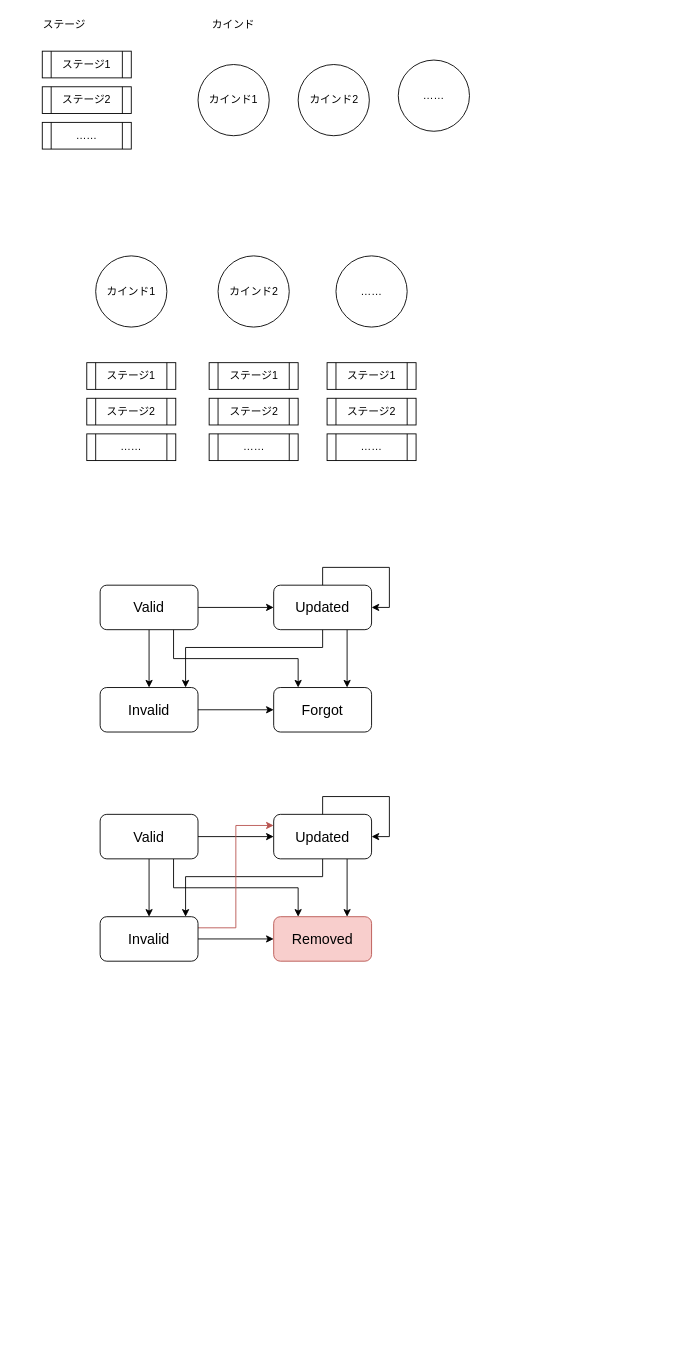
stakiran/work_of_systematization_of_taskmanagement keeps this draw.io diagram as task_lifecycle.drawio. Above is the earlier version. Source tidied: cells renumbered, new cells numbered last; positions are measured from the earlier drawing's top-left corner, leaving out a move shared by most shapes. Both pictures are drawn from the tidied source at 89%, with x=0, y=0 at pixel (15, 15).
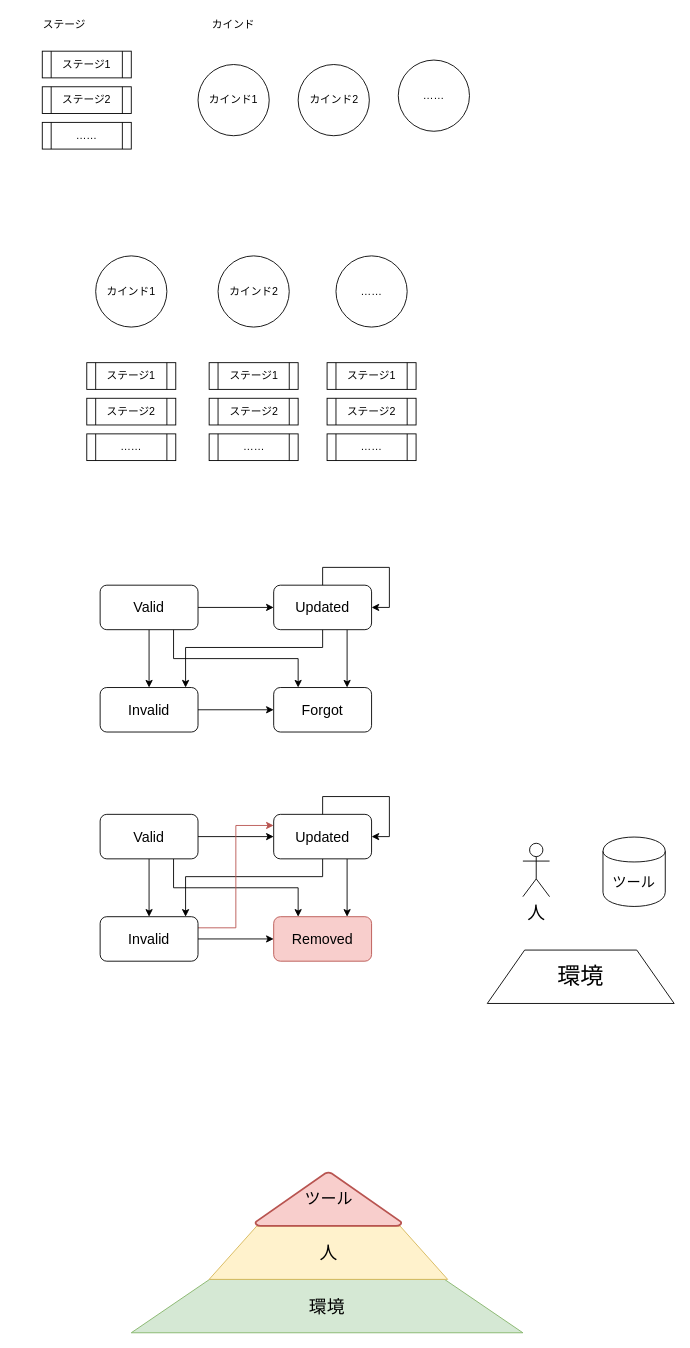
The same diagram, later.

Commit message:
add task management pyramid

Change to the diagram source:
```diff
@@
+    <mxCell id="45" value="&lt;font style=&quot;font-size: 26px&quot;&gt;環境&lt;/font&gt;" style="shape=trapezoid;perimeter=trapezoidPerimeter;whiteSpace=wrap;html=1;" parent="1" vertex="1">
+      <mxGeometry x="530" y="1050" width="210" height="60" as="geometry" />
+    </mxCell>
+    <mxCell id="46" value="&lt;font style=&quot;font-size: 20px&quot;&gt;人&lt;/font&gt;" style="shape=umlActor;verticalLabelPosition=bottom;labelBackgroundColor=#ffffff;verticalAlign=top;html=1;" parent="1" vertex="1">
+      <mxGeometry x="570" y="930" width="30" height="60" as="geometry" />
+    </mxCell>
+    <mxCell id="47" value="&lt;font style=&quot;font-size: 16px&quot;&gt;ツール&lt;/font&gt;" style="shape=cylinder;whiteSpace=wrap;html=1;boundedLbl=1;backgroundOutline=1;" parent="1" vertex="1">
+      <mxGeometry x="660" y="923" width="70" height="78" as="geometry" />
+    </mxCell>
+    <mxCell id="48" value="&lt;font style=&quot;font-size: 20px&quot;&gt;環境&lt;/font&gt;" style="shape=trapezoid;perimeter=trapezoidPerimeter;whiteSpace=wrap;html=1;fillColor=#d5e8d4;strokeColor=#82b366;" parent="1" vertex="1">
+      <mxGeometry x="130" y="1420" width="440" height="60" as="geometry" />
+    </mxCell>
+    <mxCell id="49" value="&lt;font style=&quot;font-size: 20px&quot;&gt;人&lt;/font&gt;" style="shape=trapezoid;perimeter=trapezoidPerimeter;whiteSpace=wrap;html=1;fillColor=#fff2cc;strokeColor=#d6b656;" parent="1" vertex="1">
+      <mxGeometry x="217.5" y="1360" width="268" height="60" as="geometry" />
+    </mxCell>
+    <mxCell id="50" value="&lt;font style=&quot;font-size: 18px&quot;&gt;ツール&lt;/font&gt;" style="strokeWidth=2;html=1;shape=mxgraph.flowchart.extract_or_measurement;whiteSpace=wrap;fillColor=#f8cecc;strokeColor=#b85450;" parent="1" vertex="1">
+      <mxGeometry x="269.5" y="1300" width="164" height="60" as="geometry" />
+    </mxCell>
```
